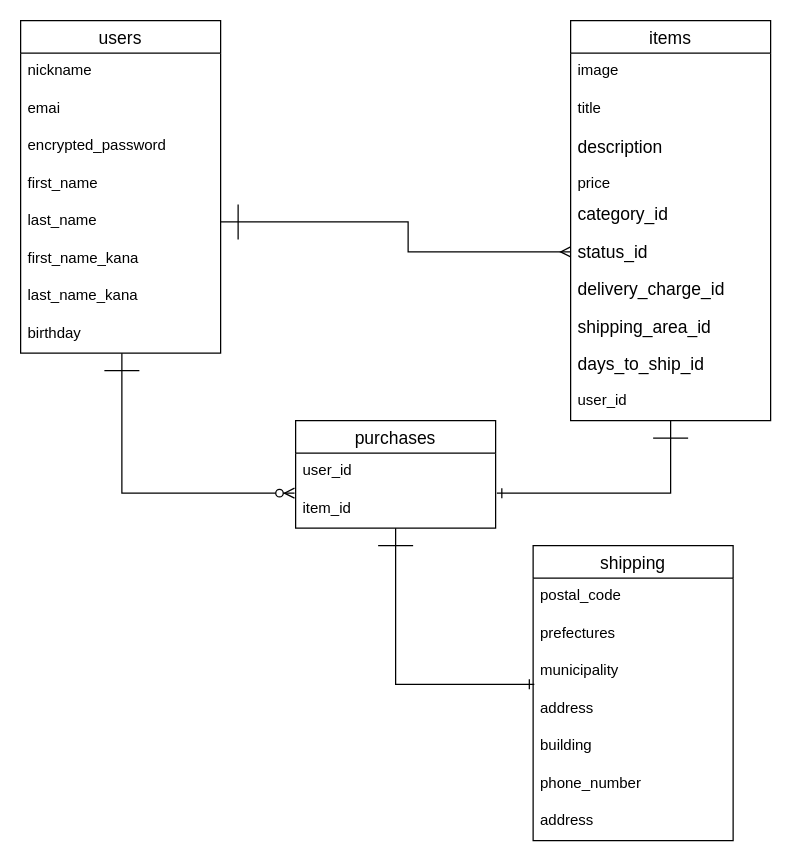
Earlier version of the draw.io diagram DB_ER.dio (Sashimi0343/furima-35172). Source tidied: cells renumbered, new cells numbered last; positions are measured from the earlier drawing's top-left corner, leaving out a move shared by most shapes. Both pictures are drawn from the tidied source at 125%, with x=0, y=0 at pixel (20, 20).
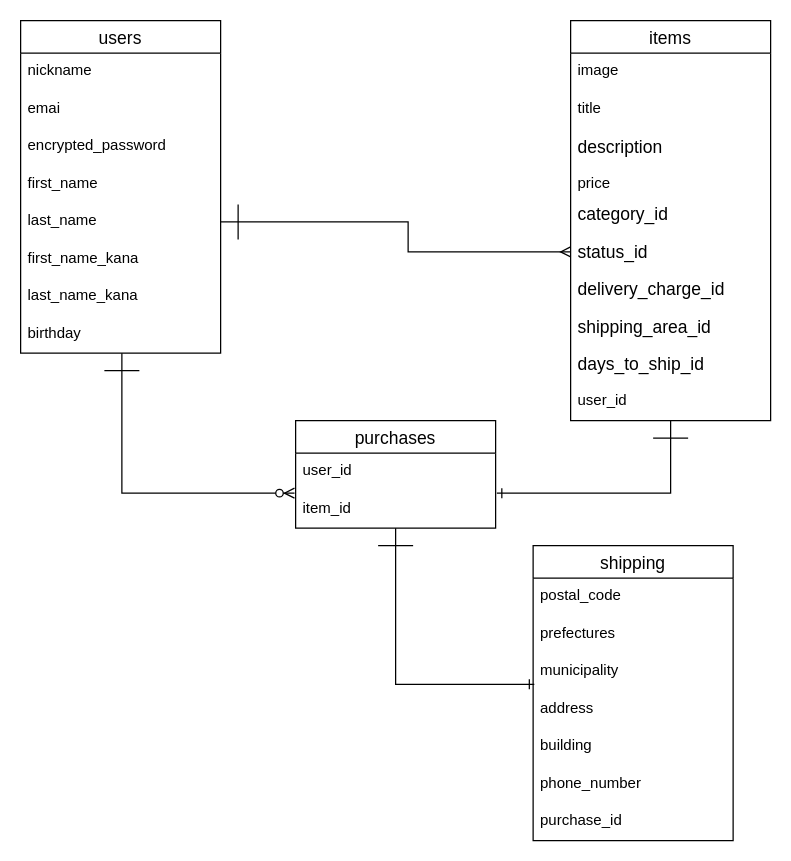
After the change.

The change refers to these unchanged cells:
```xml
<mxCell id="28" value="shipping" style="swimlane;fontStyle=0;horizontal=1;startSize=26;align=center;fontSize=14;" parent="1" vertex="1">
  <mxGeometry x="410" y="420" width="160" height="236" as="geometry" />
</mxCell>
```

What changed in the source:
```diff
@@
-    <mxCell id="35" value="address" style="text;strokeColor=none;fillColor=none;spacingLeft=4;spacingRight=4;overflow=hidden;fontSize=12;" parent="28" vertex="1">
+    <mxCell id="35" value="purchase_id" style="text;strokeColor=none;fillColor=none;spacingLeft=4;spacingRight=4;overflow=hidden;fontSize=12;" parent="28" vertex="1">
       <mxGeometry y="206" width="160" height="30" as="geometry" />
     </mxCell>
```
